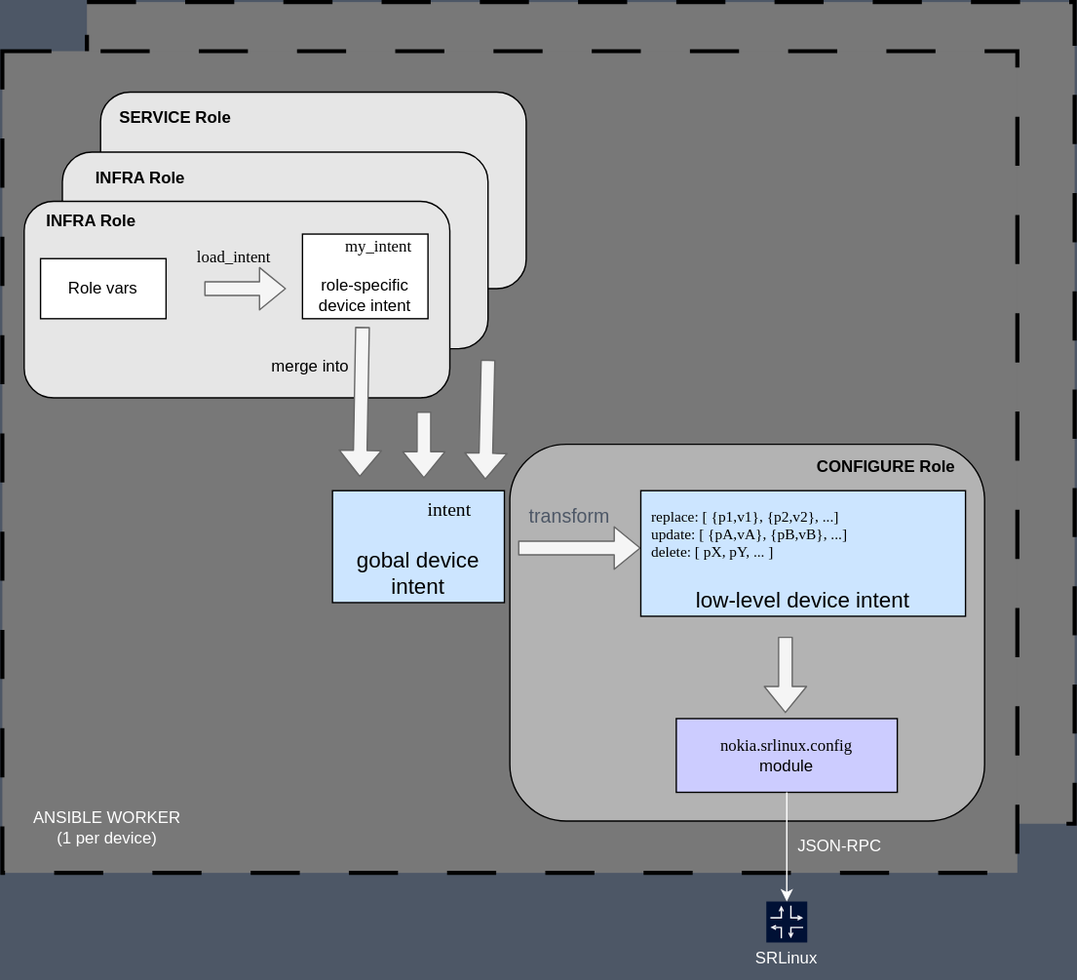
Above: img/ansible-srl-intent.drawio.svg in srl-labs/intent-based-ansible-lab (draw.io), before the change. Source tidied: cells renumbered, new cells last; positions are measured from the earlier drawing's top-left corner, leaving out a move shared by most shapes. Its diagram source:
```xml
<mxGraphModel background="#4D5766">
  <root>
    <mxCell id="0" />
    <mxCell id="1" parent="0" />
    <mxCell id="2" style="rounded=0;whiteSpace=wrap;html=1;fontFamily=Helvetica;fontSize=12;fontColor=#FFFFFF;fillColor=#787878;dashed=1;dashPattern=12 12;strokeWidth=3;" parent="1" vertex="1">
      <mxGeometry x="62" width="724" height="602" as="geometry" />
    </mxCell>
    <mxCell id="3" style="rounded=0;whiteSpace=wrap;html=1;fontFamily=Helvetica;fontSize=12;fontColor=#FFFFFF;fillColor=#787878;dashed=1;dashPattern=12 12;strokeWidth=3;" parent="1" vertex="1">
      <mxGeometry y="36" width="744" height="602" as="geometry" />
    </mxCell>
    <mxCell id="4" style="rounded=1;whiteSpace=wrap;html=1;fontFamily=Fira Code;fontSource=https%3A%2F%2Ffonts.googleapis.com%2Fcss%3Ffamily%3DFira%2BCode;fontColor=#FFFFFF;fillColor=#B3B3B3;" parent="1" vertex="1">
      <mxGeometry x="372" y="324" width="348" height="276" as="geometry" />
    </mxCell>
    <mxCell id="5" style="rounded=1;whiteSpace=wrap;html=1;fontFamily=Fira Code;fontSource=https%3A%2F%2Ffonts.googleapis.com%2Fcss%3Ffamily%3DFira%2BCode;fontColor=#FFFFFF;fillColor=#E6E6E6;" parent="1" vertex="1">
      <mxGeometry x="72" y="66" width="312" height="144" as="geometry" />
    </mxCell>
    <mxCell id="6" style="rounded=1;whiteSpace=wrap;html=1;fontFamily=Fira Code;fontSource=https%3A%2F%2Ffonts.googleapis.com%2Fcss%3Ffamily%3DFira%2BCode;fontColor=#FFFFFF;fillColor=#E6E6E6;" parent="1" vertex="1">
      <mxGeometry x="44" y="110" width="312" height="144" as="geometry" />
    </mxCell>
    <mxCell id="7" style="rounded=1;whiteSpace=wrap;html=1;fontFamily=Fira Code;fontSource=https%3A%2F%2Ffonts.googleapis.com%2Fcss%3Ffamily%3DFira%2BCode;fontColor=#FFFFFF;fillColor=#E6E6E6;" parent="1" vertex="1">
      <mxGeometry x="16" y="146" width="312" height="144" as="geometry" />
    </mxCell>
    <mxCell id="8" value="Role vars" style="rounded=0;whiteSpace=wrap;html=1;" parent="1" vertex="1">
      <mxGeometry x="28" y="188" width="92" height="44" as="geometry" />
    </mxCell>
    <mxCell id="9" style="shape=flexArrow;endArrow=classic;html=1;fillColor=#f5f5f5;strokeColor=#666666;" parent="1" edge="1">
      <mxGeometry relative="1" as="geometry">
        <mxPoint x="148" y="210" as="sourcePoint" />
        <mxPoint x="208" y="210" as="targetPoint" />
      </mxGeometry>
    </mxCell>
    <mxCell id="10" value="role-specific device intent" style="rounded=0;whiteSpace=wrap;html=1;verticalAlign=bottom;" parent="1" vertex="1">
      <mxGeometry x="220" y="170" width="92" height="62" as="geometry" />
    </mxCell>
    <mxCell id="11" value="load_intent" style="text;html=1;strokeColor=none;fillColor=none;align=center;verticalAlign=middle;whiteSpace=wrap;rounded=0;fontColor=#000000;fontFamily=Fira Code;fontSource=https%3A%2F%2Ffonts.googleapis.com%2Fcss%3Ffamily%3DFira%2BCode;" parent="1" vertex="1">
      <mxGeometry x="140" y="172" width="60" height="30" as="geometry" />
    </mxCell>
    <mxCell id="12" style="shape=flexArrow;endArrow=classic;html=1;fillColor=#f5f5f5;strokeColor=#666666;" parent="1" edge="1">
      <mxGeometry relative="1" as="geometry">
        <mxPoint x="264" y="238" as="sourcePoint" />
        <mxPoint x="262" y="348" as="targetPoint" />
      </mxGeometry>
    </mxCell>
    <mxCell id="13" value="&lt;font face=&quot;Helvetica&quot;&gt;merge into&lt;/font&gt;" style="text;html=1;strokeColor=none;fillColor=none;align=center;verticalAlign=middle;whiteSpace=wrap;rounded=0;fontColor=#000000;fontFamily=Fira Code;fontSource=https%3A%2F%2Ffonts.googleapis.com%2Fcss%3Ffamily%3DFira%2BCode;" parent="1" vertex="1">
      <mxGeometry x="196" y="252" width="60" height="30" as="geometry" />
    </mxCell>
    <mxCell id="14" value="gobal device intent" style="rounded=0;whiteSpace=wrap;html=1;fontSize=16;fillColor=#CCE5FF;verticalAlign=bottom;" parent="1" vertex="1">
      <mxGeometry x="242" y="358" width="126" height="82" as="geometry" />
    </mxCell>
    <mxCell id="15" value="my_intent" style="text;html=1;strokeColor=none;fillColor=none;align=center;verticalAlign=middle;whiteSpace=wrap;rounded=0;fontColor=#000000;fontFamily=Fira Code;fontSource=https%3A%2F%2Ffonts.googleapis.com%2Fcss%3Ffamily%3DFira%2BCode;" parent="1" vertex="1">
      <mxGeometry x="246" y="164" width="60" height="30" as="geometry" />
    </mxCell>
    <mxCell id="16" value="&lt;b&gt;INFRA Role&amp;nbsp;&lt;/b&gt;" style="text;html=1;strokeColor=none;fillColor=none;align=center;verticalAlign=middle;whiteSpace=wrap;rounded=0;fontFamily=Helvetica;fontColor=#000000;" parent="1" vertex="1">
      <mxGeometry x="10" y="146" width="114" height="30" as="geometry" />
    </mxCell>
    <mxCell id="17" value="&lt;b&gt;INFRA Role&amp;nbsp;&lt;/b&gt;" style="text;html=1;strokeColor=none;fillColor=none;align=center;verticalAlign=middle;whiteSpace=wrap;rounded=0;fontFamily=Helvetica;fontColor=#000000;" parent="1" vertex="1">
      <mxGeometry x="46" y="114" width="114" height="30" as="geometry" />
    </mxCell>
    <mxCell id="18" value="&lt;b&gt;SERVICE Role&lt;/b&gt;" style="text;html=1;strokeColor=none;fillColor=none;align=center;verticalAlign=middle;whiteSpace=wrap;rounded=0;fontFamily=Helvetica;fontColor=#000000;" parent="1" vertex="1">
      <mxGeometry x="70" y="70" width="114" height="30" as="geometry" />
    </mxCell>
    <mxCell id="19" style="shape=flexArrow;endArrow=classic;html=1;fillColor=#f5f5f5;strokeColor=#666666;" parent="1" edge="1">
      <mxGeometry relative="1" as="geometry">
        <mxPoint x="356" y="262" as="sourcePoint" />
        <mxPoint x="354" y="350" as="targetPoint" />
      </mxGeometry>
    </mxCell>
    <mxCell id="20" style="shape=flexArrow;endArrow=classic;html=1;fillColor=#f5f5f5;strokeColor=#666666;" parent="1" edge="1">
      <mxGeometry relative="1" as="geometry">
        <mxPoint x="309" y="300" as="sourcePoint" />
        <mxPoint x="309" y="349" as="targetPoint" />
      </mxGeometry>
    </mxCell>
    <mxCell id="21" value="intent" style="text;html=1;strokeColor=none;fillColor=none;align=center;verticalAlign=middle;whiteSpace=wrap;rounded=0;fontColor=#000000;fontFamily=Fira Code;fontSource=https%3A%2F%2Ffonts.googleapis.com%2Fcss%3Ffamily%3DFira%2BCode;fontSize=14;" parent="1" vertex="1">
      <mxGeometry x="298" y="358" width="60" height="30" as="geometry" />
    </mxCell>
    <mxCell id="22" style="shape=flexArrow;endArrow=classic;html=1;fillColor=#f5f5f5;strokeColor=#666666;" parent="1" edge="1">
      <mxGeometry relative="1" as="geometry">
        <mxPoint x="378" y="400" as="sourcePoint" />
        <mxPoint x="468" y="400" as="targetPoint" />
      </mxGeometry>
    </mxCell>
    <mxCell id="23" value="transform" style="text;html=1;strokeColor=none;fillColor=none;align=center;verticalAlign=middle;whiteSpace=wrap;rounded=0;fontFamily=Helvetica;fontSize=14;fontColor=#4D5766;" parent="1" vertex="1">
      <mxGeometry x="367" y="361" width="98" height="31" as="geometry" />
    </mxCell>
    <mxCell id="24" value="low-level device intent" style="rounded=0;whiteSpace=wrap;html=1;fontSize=16;fillColor=#CCE5FF;verticalAlign=bottom;" parent="1" vertex="1">
      <mxGeometry x="468" y="358" width="238" height="92" as="geometry" />
    </mxCell>
    <mxCell id="25" value="&lt;font face=&quot;Fira Code&quot; style=&quot;font-size: 11px;&quot;&gt;replace: [ {p1,v1}, {p2,v2}, ...]&lt;br style=&quot;font-size: 11px;&quot;&gt;update: [ {pA,vA}, {pB,vB}, ...]&lt;br style=&quot;font-size: 11px;&quot;&gt;delete: [ pX, pY, ... ]&lt;br style=&quot;border-color: var(--border-color); font-size: 11px;&quot;&gt;&lt;/font&gt;" style="text;html=1;strokeColor=none;fillColor=none;align=left;verticalAlign=middle;whiteSpace=wrap;rounded=0;fontFamily=Helvetica;fontSize=11;fontColor=#000000;" parent="1" vertex="1">
      <mxGeometry x="474" y="341" width="230" height="98" as="geometry" />
    </mxCell>
    <mxCell id="26" style="shape=flexArrow;endArrow=classic;html=1;fillColor=#f5f5f5;strokeColor=#666666;" parent="1" edge="1">
      <mxGeometry relative="1" as="geometry">
        <mxPoint x="574" y="465" as="sourcePoint" />
        <mxPoint x="574" y="521" as="targetPoint" />
      </mxGeometry>
    </mxCell>
    <mxCell id="27" value="nokia.srlinux.config&lt;br&gt;&lt;font face=&quot;Helvetica&quot;&gt;module&lt;/font&gt;" style="rounded=0;whiteSpace=wrap;html=1;fontFamily=Fira Code;fontSource=https%3A%2F%2Ffonts.googleapis.com%2Fcss%3Ffamily%3DFira%2BCode;fontSize=12;fontColor=#000000;fillColor=#CCCCFF;" parent="1" vertex="1">
      <mxGeometry x="494" y="525" width="162" height="54" as="geometry" />
    </mxCell>
    <mxCell id="28" value="&lt;b&gt;CONFIGURE Role&lt;/b&gt;" style="text;html=1;strokeColor=none;fillColor=none;align=center;verticalAlign=middle;whiteSpace=wrap;rounded=0;fontFamily=Helvetica;fontColor=#000000;" parent="1" vertex="1">
      <mxGeometry x="591" y="326" width="114" height="30" as="geometry" />
    </mxCell>
    <mxCell id="29" style="group;fontFamily=Manrope;fontSource=https%3A%2F%2Ffonts.googleapis.com%2Fcss%3Ffamily%3DManrope;" parent="1" vertex="1">
      <mxGeometry x="560" y="659" width="30" height="30" as="geometry" />
    </mxCell>
    <mxCell id="30" style="whiteSpace=wrap;html=1;fillColor=#001135;strokeColor=none;fontFamily=Manrope;fontSource=https%3A%2F%2Ffonts.googleapis.com%2Fcss%3Ffamily%3DManrope;" parent="29" vertex="1">
      <mxGeometry width="30" height="30" as="geometry" />
    </mxCell>
    <mxCell id="31" style="endArrow=open;html=1;edgeStyle=orthogonalEdgeStyle;rounded=0;endFill=0;startSize=6;endSize=2;strokeColor=#FFFFFF;fontFamily=Manrope;fontSource=https%3A%2F%2Ffonts.googleapis.com%2Fcss%3Ffamily%3DManrope;" parent="29" edge="1">
      <mxGeometry relative="1" as="geometry">
        <mxPoint x="3" y="12" as="sourcePoint" />
        <mxPoint x="11" y="3" as="targetPoint" />
        <Array as="points">
          <mxPoint x="11" y="12" />
        </Array>
      </mxGeometry>
    </mxCell>
    <mxCell id="32" style="endArrow=open;html=1;edgeStyle=orthogonalEdgeStyle;rounded=0;endFill=0;startSize=6;endSize=2;strokeColor=#FFFFFF;fontFamily=Manrope;fontSource=https%3A%2F%2Ffonts.googleapis.com%2Fcss%3Ffamily%3DManrope;" parent="29" edge="1">
      <mxGeometry relative="1" as="geometry">
        <mxPoint x="11" y="27" as="sourcePoint" />
        <mxPoint x="3" y="19" as="targetPoint" />
        <Array as="points">
          <mxPoint x="11" y="19" />
        </Array>
      </mxGeometry>
    </mxCell>
    <mxCell id="33" style="endArrow=open;html=1;edgeStyle=orthogonalEdgeStyle;rounded=0;endFill=0;startSize=6;endSize=2;strokeColor=#FFFFFF;fontFamily=Manrope;fontSource=https%3A%2F%2Ffonts.googleapis.com%2Fcss%3Ffamily%3DManrope;" parent="29" edge="1">
      <mxGeometry relative="1" as="geometry">
        <mxPoint x="18" y="3" as="sourcePoint" />
        <mxPoint x="27" y="12" as="targetPoint" />
        <Array as="points">
          <mxPoint x="18" y="12" />
        </Array>
      </mxGeometry>
    </mxCell>
    <mxCell id="34" style="endArrow=open;html=1;edgeStyle=orthogonalEdgeStyle;rounded=0;endFill=0;startSize=6;endSize=2;strokeColor=#FFFFFF;fontFamily=Manrope;fontSource=https%3A%2F%2Ffonts.googleapis.com%2Fcss%3Ffamily%3DManrope;" parent="29" edge="1">
      <mxGeometry relative="1" as="geometry">
        <mxPoint x="27" y="19" as="sourcePoint" />
        <mxPoint x="18" y="27" as="targetPoint" />
        <Array as="points">
          <mxPoint x="18" y="19" />
        </Array>
      </mxGeometry>
    </mxCell>
    <mxCell id="35" style="endArrow=classic;html=1;fontFamily=Helvetica;fontSize=12;fontColor=#4D5766;exitX=0.5;exitY=1;exitDx=0;exitDy=0;entryX=0.5;entryY=0;entryDx=0;entryDy=0;strokeColor=#FFFFFF;" parent="1" edge="1" source="27" target="30">
      <mxGeometry relative="1" as="geometry" />
    </mxCell>
    <mxCell id="36" value="&lt;font color=&quot;#ffffff&quot;&gt;JSON-RPC&lt;/font&gt;" style="text;html=1;strokeColor=none;fillColor=none;align=center;verticalAlign=middle;whiteSpace=wrap;rounded=0;fontFamily=Helvetica;fontSize=12;fontColor=#4D5766;" parent="1" vertex="1">
      <mxGeometry x="570" y="604" width="88" height="30" as="geometry" />
    </mxCell>
    <mxCell id="37" value="&lt;font color=&quot;#ffffff&quot;&gt;SRLinux&lt;/font&gt;" style="text;html=1;strokeColor=none;fillColor=none;align=center;verticalAlign=middle;whiteSpace=wrap;rounded=0;fontFamily=Helvetica;fontSize=12;fontColor=#4D5766;" parent="1" vertex="1">
      <mxGeometry x="531" y="686" width="88" height="30" as="geometry" />
    </mxCell>
    <mxCell id="38" value="ANSIBLE WORKER&lt;br&gt;(1 per device)" style="text;html=1;strokeColor=none;fillColor=none;align=center;verticalAlign=middle;whiteSpace=wrap;rounded=0;fontFamily=Helvetica;fontSize=12;fontColor=#FFFFFF;" parent="1" vertex="1">
      <mxGeometry x="14" y="590" width="126" height="30" as="geometry" />
    </mxCell>
  </root>
</mxGraphModel>
```
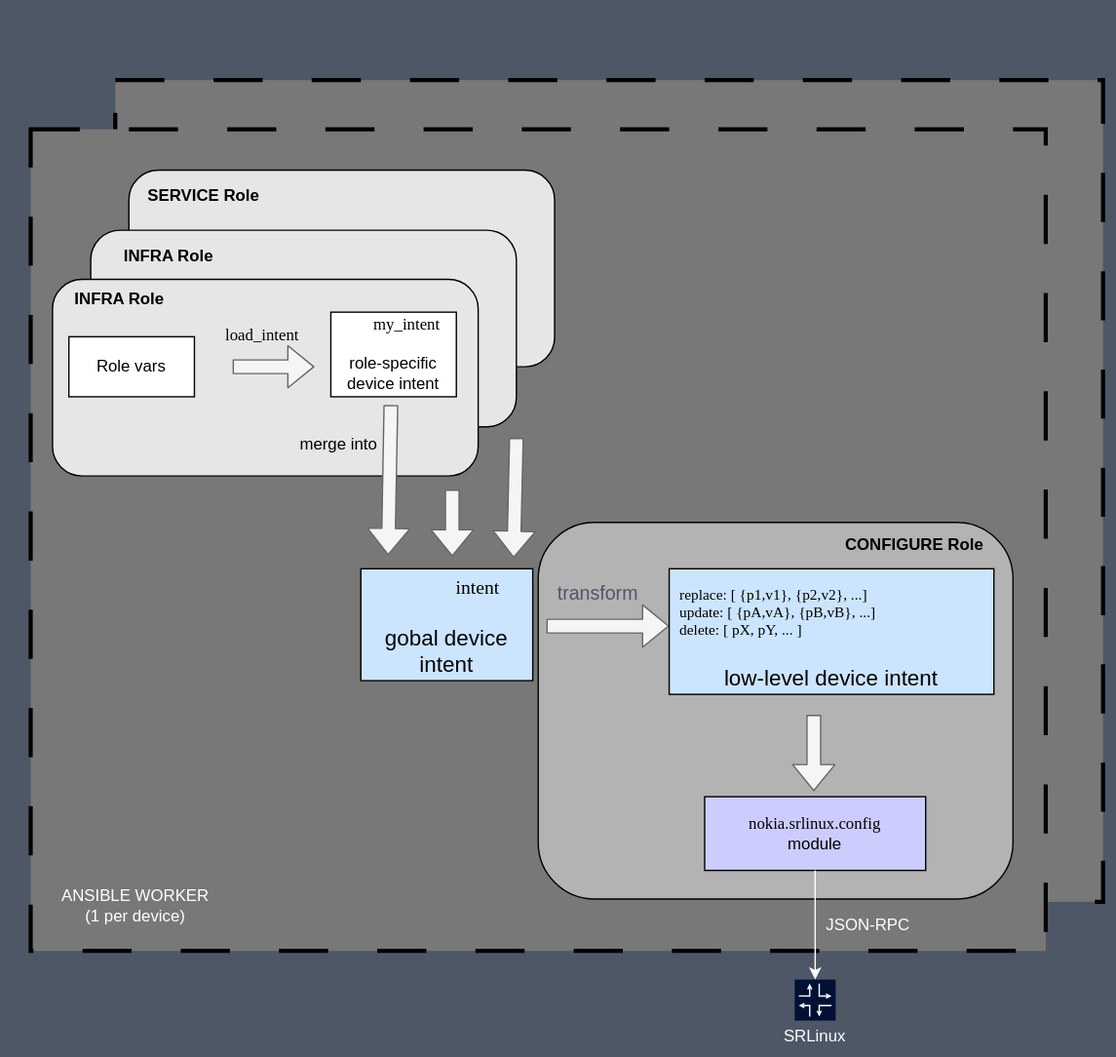
After the change.

The edit, as a diff of the source:
```diff
@@ -2,6 +2,9 @@
   <root>
     <mxCell id="0" />
     <mxCell id="1" parent="0" />
+    <mxCell id="39" style="rounded=0;whiteSpace=wrap;html=1;fillColor=none;strokeColor=none;" parent="1" vertex="1">
+      <mxGeometry x="-22" y="-58" width="818" height="770" as="geometry" />
+    </mxCell>
     <mxCell id="2" style="rounded=0;whiteSpace=wrap;html=1;fontFamily=Helvetica;fontSize=12;fontColor=#FFFFFF;fillColor=#787878;dashed=1;dashPattern=12 12;strokeWidth=3;" parent="1" vertex="1">
       <mxGeometry x="62" width="724" height="602" as="geometry" />
     </mxCell>
```
